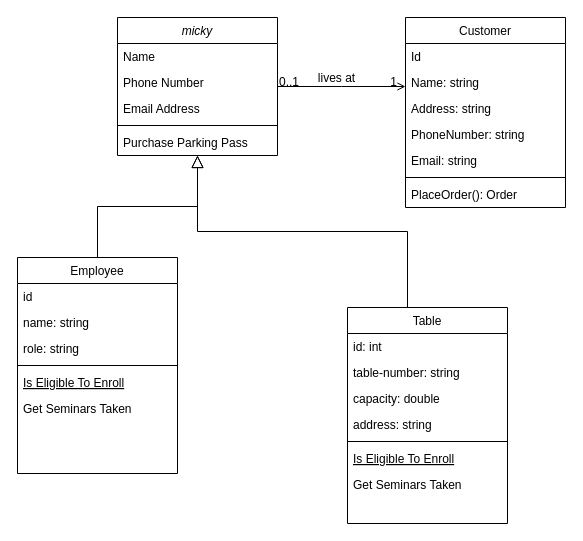
Earlier version of the draw.io diagram Documents/Diagrama sin título.drawio (KevinAlvarezD/RestAdmin). Source tidied: cells renumbered, new cells numbered last; positions are measured from the earlier drawing's top-left corner, leaving out a move shared by most shapes. Both pictures are drawn from the tidied source at 100%, with x=0, y=0 at pixel (17, 17).
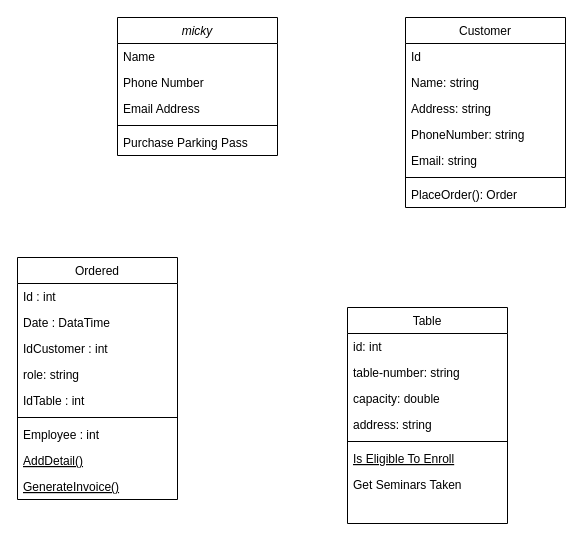
The same page after the edit.

Unchanged cells that the change refers to:
```xml
<mxCell id="2" value="micky" style="swimlane;fontStyle=2;align=center;verticalAlign=top;horizontal=1;startSize=26;rounded=0;shadow=0;strokeWidth=1;" parent="1" vertex="1">
  <mxGeometry x="100" width="160" height="138" as="geometry" />
</mxCell>
<mxCell id="17" value="Customer" style="swimlane;fontStyle=0;align=center;verticalAlign=top;horizontal=1;startSize=26;rounded=0;shadow=0;strokeWidth=1;" parent="1" vertex="1">
  <mxGeometry x="388" width="160" height="190" as="geometry" />
</mxCell>
```

Diff of the diagram source:
```diff
@@
-    <mxCell id="8" value="Employee" style="swimlane;fontStyle=0;align=center;verticalAlign=top;horizontal=1;startSize=26;rounded=0;shadow=0;strokeWidth=1;" parent="1" vertex="1">
-      <mxGeometry y="240" width="160" height="216" as="geometry" />
+    <mxCell id="8" value="Ordered" style="swimlane;fontStyle=0;align=center;verticalAlign=top;horizontal=1;startSize=26;rounded=0;shadow=0;strokeWidth=1;" parent="1" vertex="1">
+      <mxGeometry y="240" width="160" height="242" as="geometry" />
     </mxCell>
-    <mxCell id="9" value="id" style="text;align=left;verticalAlign=top;spacingLeft=4;spacingRight=4;overflow=hidden;" parent="8" vertex="1">
+    <mxCell id="9" value="Id : int" style="text;align=left;verticalAlign=top;spacingLeft=4;spacingRight=4;overflow=hidden;" parent="8" vertex="1">
       <mxGeometry y="26" width="160" height="26" as="geometry" />
     </mxCell>
-    <mxCell id="10" value="name: string" style="text;align=left;verticalAlign=top;spacingLeft=4;spacingRight=4;overflow=hidden;rounded=0;shadow=0;html=0;" parent="8" vertex="1">
+    <mxCell id="10" value="Date : DataTime" style="text;align=left;verticalAlign=top;spacingLeft=4;spacingRight=4;overflow=hidden;rounded=0;shadow=0;html=0;" parent="8" vertex="1">
       <mxGeometry y="52" width="160" height="26" as="geometry" />
     </mxCell>
+    <mxCell id="37" value="IdCustomer : int" style="text;align=left;verticalAlign=top;spacingLeft=4;spacingRight=4;overflow=hidden;rounded=0;shadow=0;html=0;" parent="8" vertex="1">
+      <mxGeometry y="78" width="160" height="26" as="geometry" />
+    </mxCell>
     <mxCell id="11" value="role: string" style="text;align=left;verticalAlign=top;spacingLeft=4;spacingRight=4;overflow=hidden;rounded=0;shadow=0;html=0;" parent="8" vertex="1">
-      <mxGeometry y="78" width="160" height="26" as="geometry" />
+      <mxGeometry y="104" width="160" height="26" as="geometry" />
     </mxCell>
+    <mxCell id="38" value="IdTable : int" style="text;align=left;verticalAlign=top;spacingLeft=4;spacingRight=4;overflow=hidden;rounded=0;shadow=0;html=0;" parent="8" vertex="1">
+      <mxGeometry y="130" width="160" height="26" as="geometry" />
+    </mxCell>
     <mxCell id="12" style="line;html=1;strokeWidth=1;align=left;verticalAlign=middle;spacingTop=-1;spacingLeft=3;spacingRight=3;labelPosition=right;" parent="8" vertex="1">
-      <mxGeometry y="104" width="160" height="8" as="geometry" />
+      <mxGeometry y="156" width="160" height="8" as="geometry" />
     </mxCell>
+    <mxCell id="39" value="Employee : int" style="text;align=left;verticalAlign=top;spacingLeft=4;spacingRight=4;overflow=hidden;rounded=0;shadow=0;html=0;" parent="8" vertex="1">
+      <mxGeometry y="164" width="160" height="26" as="geometry" />
+    </mxCell>
-    <mxCell id="13" value="Is Eligible To Enroll" style="text;align=left;verticalAlign=top;spacingLeft=4;spacingRight=4;overflow=hidden;fontStyle=4;" parent="8" vertex="1">
-      <mxGeometry y="112" width="160" height="26" as="geometry" />
+    <mxCell id="13" value="AddDetail()" style="text;align=left;verticalAlign=top;spacingLeft=4;spacingRight=4;overflow=hidden;fontStyle=4;" parent="8" vertex="1">
+      <mxGeometry y="190" width="160" height="26" as="geometry" />
     </mxCell>
-    <mxCell id="14" value="Get Seminars Taken" style="text;align=left;verticalAlign=top;spacingLeft=4;spacingRight=4;overflow=hidden;" parent="8" vertex="1">
-      <mxGeometry y="138" width="160" height="26" as="geometry" />
-    </mxCell>
-    <mxCell id="15" style="endArrow=block;endSize=10;endFill=0;shadow=0;strokeWidth=1;rounded=0;curved=0;edgeStyle=elbowEdgeStyle;elbow=vertical;" parent="1" edge="1" source="8" target="2">
-      <mxGeometry relative="1" as="geometry" />
-    </mxCell>
-    <mxCell id="16" style="endArrow=block;endSize=10;endFill=0;shadow=0;strokeWidth=1;rounded=0;curved=0;edgeStyle=elbowEdgeStyle;elbow=vertical;" parent="1" edge="1" target="2">
-      <mxGeometry relative="1" as="geometry">
-        <mxPoint x="390" y="290" as="sourcePoint" />
-      </mxGeometry>
-    </mxCell>
+    <mxCell id="40" value="GenerateInvoice()" style="text;align=left;verticalAlign=top;spacingLeft=4;spacingRight=4;overflow=hidden;fontStyle=4;" parent="8" vertex="1">
+      <mxGeometry y="216" width="160" height="26" as="geometry" />
+    </mxCell>
@@
-    <mxCell id="25" style="endArrow=open;shadow=0;strokeWidth=1;rounded=0;curved=0;endFill=1;edgeStyle=elbowEdgeStyle;elbow=vertical;" parent="1" edge="1" source="2" target="17">
-      <mxGeometry x="0.5" y="41" relative="1" as="geometry">
-        <mxPoint x="-40" y="32" as="offset" />
-      </mxGeometry>
-    </mxCell>
-    <mxCell id="26" value="0..1" style="align=left;verticalAlign=bottom;labelBackgroundColor=none;fontSize=12;" parent="25" vertex="1">
-      <mxGeometry x="-1" relative="1" as="geometry">
-        <mxPoint y="4" as="offset" />
-      </mxGeometry>
-    </mxCell>
-    <mxCell id="27" value="1" style="align=right;verticalAlign=bottom;labelBackgroundColor=none;fontSize=12;" parent="25" vertex="1">
-      <mxGeometry x="1" relative="1" as="geometry">
-        <mxPoint x="-7" y="4" as="offset" />
-      </mxGeometry>
-    </mxCell>
-    <mxCell id="28" value="lives at" style="text;html=1;align=center;verticalAlign=middle;labelBackgroundColor=none;rounded=0;shadow=0;strokeWidth=1;fontSize=12;" parent="25" vertex="1">
-      <mxGeometry x="0.5" y="49" relative="1" as="geometry">
-        <mxPoint x="-38" y="40" as="offset" />
-      </mxGeometry>
-    </mxCell>
```
